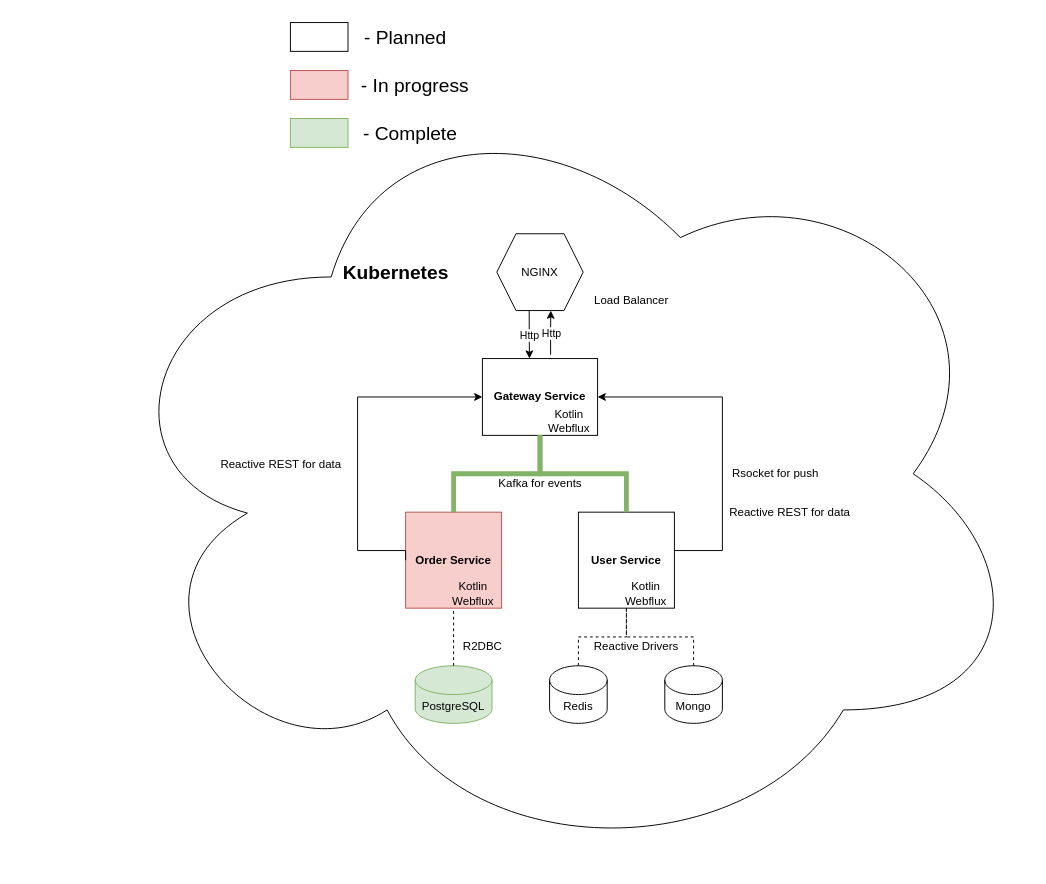
Before: docs/Schema.drawio in alexandr-leonov/eda-configuration, a draw.io diagram. Source tidied: cells renumbered, new cells numbered last; positions are measured from the earlier drawing's top-left corner, leaving out a move shared by most shapes. Both pictures are drawn from the tidied source at 96%, with x=0, y=0 at pixel (98, 22).
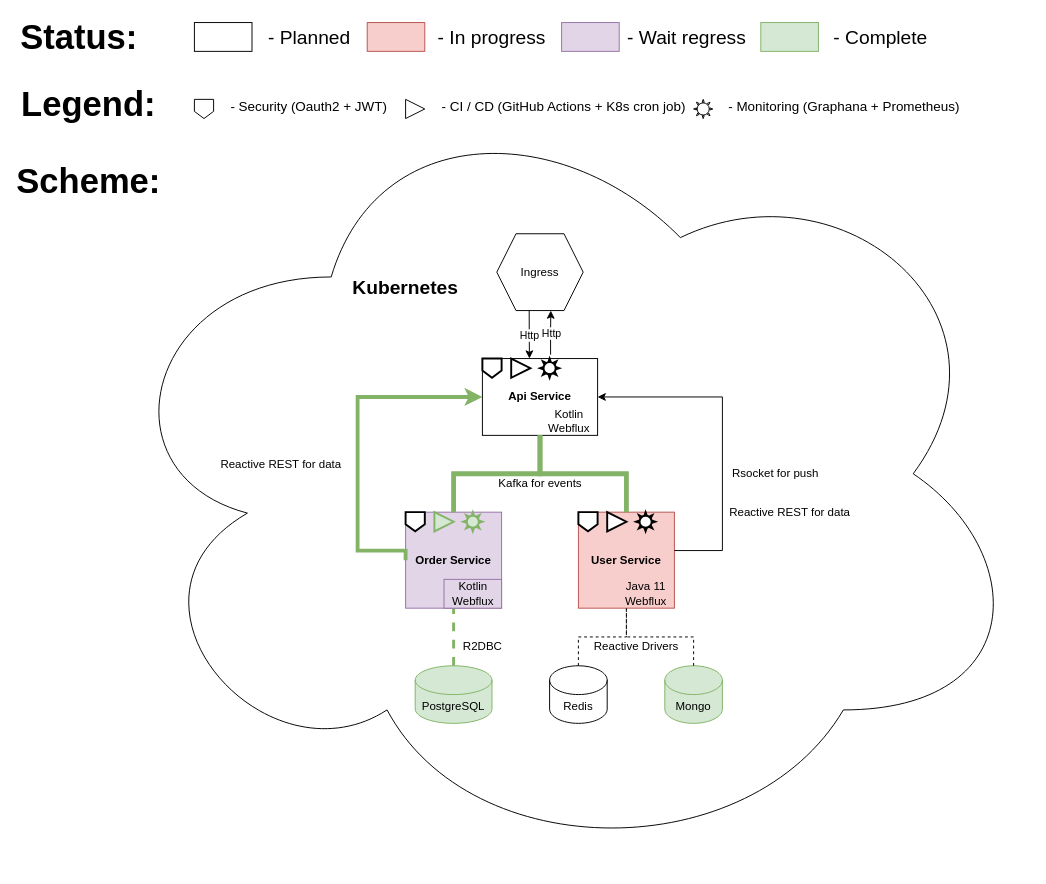
After the change.

Unchanged cells that the change refers to:
```xml
<mxCell id="11" value="PostgreSQL" style="shape=cylinder3;whiteSpace=wrap;html=1;boundedLbl=1;backgroundOutline=1;size=15;fillColor=#d5e8d4;strokeColor=#82b366;" parent="1" vertex="1">
  <mxGeometry x="330" y="670" width="80" height="60" as="geometry" />
</mxCell>
```

Change to the diagram source:
```diff
@@
-    <mxCell id="3" value="&lt;b&gt;Gateway Service&lt;/b&gt;" style="rounded=0;whiteSpace=wrap;html=1;" parent="1" vertex="1">
+    <mxCell id="3" value="&lt;b&gt;Api Service&lt;/b&gt;" style="rounded=0;whiteSpace=wrap;html=1;" parent="1" vertex="1">
       <mxGeometry x="400" y="350" width="120" height="80" as="geometry" />
     </mxCell>
-    <mxCell id="4" value="&lt;b&gt;Order Service&lt;/b&gt;" style="whiteSpace=wrap;html=1;fillColor=#f8cecc;strokeColor=#b85450;" parent="1" vertex="1">
+    <mxCell id="4" value="&lt;b&gt;Order Service&lt;/b&gt;" style="whiteSpace=wrap;html=1;fillColor=#e1d5e7;strokeColor=#9673a6;" parent="1" vertex="1">
       <mxGeometry x="320" y="510" width="100" height="100" as="geometry" />
     </mxCell>
-    <mxCell id="5" value="&lt;b&gt;User Service&lt;/b&gt;" style="whiteSpace=wrap;html=1;" parent="1" vertex="1">
+    <mxCell id="5" value="&lt;b&gt;User Service&lt;/b&gt;" style="whiteSpace=wrap;html=1;fillColor=#f8cecc;strokeColor=#b85450;" parent="1" vertex="1">
       <mxGeometry x="500" y="510" width="100" height="100" as="geometry" />
     </mxCell>
@@
-    <mxCell id="8" style="endArrow=classic;html=1;rounded=0;edgeStyle=orthogonalEdgeStyle;entryX=0;entryY=0.5;entryDx=0;entryDy=0;exitX=0;exitY=0.5;exitDx=0;exitDy=0;" parent="1" edge="1" source="4" target="3">
+    <mxCell id="8" style="endArrow=classic;html=1;rounded=0;edgeStyle=orthogonalEdgeStyle;entryX=0;entryY=0.5;entryDx=0;entryDy=0;exitX=0;exitY=0.5;exitDx=0;exitDy=0;fillColor=#d5e8d4;strokeColor=#82b366;strokeWidth=4;" parent="1" edge="1" source="4" target="3">
       <mxGeometry relative="1" as="geometry">
         <Array as="points">
           <mxPoint x="270" y="550" />
           <mxPoint x="270" y="390" />
         </Array>
       </mxGeometry>
     </mxCell>
@@
-    <mxCell id="12" style="endArrow=none;dashed=1;html=1;rounded=0;edgeStyle=orthogonalEdgeStyle;entryX=0.5;entryY=1;entryDx=0;entryDy=0;exitX=0.5;exitY=0;exitDx=0;exitDy=0;exitPerimeter=0;" parent="1" edge="1" source="11" target="4">
+    <mxCell id="12" style="endArrow=none;dashed=1;html=1;rounded=0;edgeStyle=orthogonalEdgeStyle;entryX=0.5;entryY=1;entryDx=0;entryDy=0;exitX=0.5;exitY=0;exitDx=0;exitDy=0;exitPerimeter=0;fillColor=#d5e8d4;strokeColor=#82b366;strokeWidth=3;" parent="1" edge="1" source="11" target="4">
       <mxGeometry relative="1" as="geometry" />
     </mxCell>
@@
-    <mxCell id="14" value="Mongo" style="shape=cylinder3;whiteSpace=wrap;html=1;boundedLbl=1;backgroundOutline=1;size=15;" parent="1" vertex="1">
+    <mxCell id="14" value="Mongo" style="shape=cylinder3;whiteSpace=wrap;html=1;boundedLbl=1;backgroundOutline=1;size=15;fillColor=#d5e8d4;strokeColor=#82b366;" parent="1" vertex="1">
       <mxGeometry x="590" y="670" width="60" height="60" as="geometry" />
     </mxCell>
@@
-    <mxCell id="20" value="&lt;div&gt;Kotlin&lt;/div&gt;&lt;div&gt;Webflux&lt;br&gt;&lt;/div&gt;" style="text;html=1;align=center;verticalAlign=middle;strokeColor=none;fillColor=none;" parent="1" vertex="1">
+    <mxCell id="20" value="&lt;div&gt;Kotlin&lt;/div&gt;&lt;div&gt;Webflux&lt;br&gt;&lt;/div&gt;" style="text;html=1;align=center;verticalAlign=middle;strokeColor=#9673a6;fillColor=#e1d5e7;" parent="1" vertex="1">
       <mxGeometry x="360" y="580" width="60" height="30" as="geometry" />
     </mxCell>
-    <mxCell id="21" value="&lt;div&gt;Kotlin&lt;/div&gt;&lt;div&gt;Webflux&lt;br&gt;&lt;/div&gt;" style="text;html=1;align=center;verticalAlign=middle;strokeColor=none;fillColor=none;" parent="1" vertex="1">
+    <mxCell id="21" value="&lt;div&gt;&lt;span&gt;Java 11&lt;/span&gt;&lt;/div&gt;&lt;div&gt;&lt;span&gt;Webflux&lt;/span&gt;&lt;/div&gt;" style="text;html=1;align=center;verticalAlign=middle;strokeColor=none;fillColor=none;" parent="1" vertex="1">
       <mxGeometry x="540" y="580" width="60" height="30" as="geometry" />
     </mxCell>
@@
-    <mxCell id="23" value="NGINX" style="shape=hexagon;perimeter=hexagonPerimeter2;whiteSpace=wrap;html=1;fixedSize=1;" parent="1" vertex="1">
+    <mxCell id="23" value="Ingress" style="shape=hexagon;perimeter=hexagonPerimeter2;whiteSpace=wrap;html=1;fixedSize=1;" parent="1" vertex="1">
       <mxGeometry x="415" y="220" width="90" height="80" as="geometry" />
     </mxCell>
@@
-    <mxCell id="28" value="Load Balancer" style="text;html=1;align=center;verticalAlign=middle;strokeColor=none;fillColor=none;" parent="1" vertex="1">
-      <mxGeometry x="505" y="280" width="100" height="20" as="geometry" />
-    </mxCell>
@@
     <mxCell id="30" value="&lt;font style=&quot;font-size: 20px&quot;&gt;&lt;b&gt;Kubernetes&lt;/b&gt;&lt;/font&gt;" style="text;html=1;strokeColor=none;fillColor=none;align=center;verticalAlign=middle;whiteSpace=wrap;rounded=0;" parent="1" vertex="1">
-      <mxGeometry x="270" y="245" width="80" height="30" as="geometry" />
+      <mxGeometry x="280" y="260" width="80" height="30" as="geometry" />
     </mxCell>
@@
     <mxCell id="32" style="rounded=0;whiteSpace=wrap;html=1;fontSize=20;" parent="1" vertex="1">
-      <mxGeometry x="200" width="60" height="30" as="geometry" />
+      <mxGeometry x="100" width="60" height="30" as="geometry" />
     </mxCell>
     <mxCell id="33" style="rounded=0;whiteSpace=wrap;html=1;fontSize=20;fillColor=#f8cecc;strokeColor=#b85450;" parent="1" vertex="1">
-      <mxGeometry x="200" y="50" width="60" height="30" as="geometry" />
+      <mxGeometry x="280" width="60" height="30" as="geometry" />
     </mxCell>
     <mxCell id="34" style="rounded=0;whiteSpace=wrap;html=1;fontSize=20;fillColor=#d5e8d4;strokeColor=#82b366;" parent="1" vertex="1">
-      <mxGeometry x="200" y="100" width="60" height="30" as="geometry" />
+      <mxGeometry x="690" width="60" height="30" as="geometry" />
     </mxCell>
     <mxCell id="35" value="- Planned" style="text;html=1;strokeColor=none;fillColor=none;align=center;verticalAlign=middle;whiteSpace=wrap;rounded=0;fontSize=20;" parent="1" vertex="1">
-      <mxGeometry x="270" width="100" height="30" as="geometry" />
+      <mxGeometry x="170" width="100" height="30" as="geometry" />
     </mxCell>
     <mxCell id="36" value="- In progress" style="text;html=1;strokeColor=none;fillColor=none;align=center;verticalAlign=middle;whiteSpace=wrap;rounded=0;fontSize=20;" parent="1" vertex="1">
-      <mxGeometry x="270" y="50" width="120" height="30" as="geometry" />
+      <mxGeometry x="350" width="120" height="30" as="geometry" />
     </mxCell>
     <mxCell id="37" value="- Complete" style="text;html=1;strokeColor=none;fillColor=none;align=center;verticalAlign=middle;whiteSpace=wrap;rounded=0;fontSize=20;" parent="1" vertex="1">
-      <mxGeometry x="270" y="100" width="110" height="30" as="geometry" />
+      <mxGeometry x="760" width="110" height="30" as="geometry" />
     </mxCell>
+    <mxCell id="38" style="rounded=0;whiteSpace=wrap;html=1;fontSize=20;fillColor=#e1d5e7;strokeColor=#9673a6;" parent="1" vertex="1">
+      <mxGeometry x="482.5" width="60" height="30" as="geometry" />
+    </mxCell>
+    <mxCell id="39" value="- Wait regress" style="text;html=1;strokeColor=none;fillColor=none;align=center;verticalAlign=middle;whiteSpace=wrap;rounded=0;fontSize=20;" parent="1" vertex="1">
+      <mxGeometry x="497.5" width="230" height="30" as="geometry" />
+    </mxCell>
+    <mxCell id="40" style="shape=offPageConnector;whiteSpace=wrap;html=1;" parent="1" vertex="1">
+      <mxGeometry x="100" y="80" width="20" height="20" as="geometry" />
+    </mxCell>
+    <mxCell id="41" value="&lt;font style=&quot;font-size: 14px&quot;&gt;- Security (Oauth2 + JWT)&lt;/font&gt;" style="text;html=1;strokeColor=none;fillColor=none;align=center;verticalAlign=middle;whiteSpace=wrap;rounded=0;fontSize=20;" parent="1" vertex="1">
+      <mxGeometry x="117.5" y="70" width="202.5" height="30" as="geometry" />
+    </mxCell>
+    <mxCell id="42" style="triangle;whiteSpace=wrap;html=1;fontSize=14;" parent="1" vertex="1">
+      <mxGeometry x="320" y="80" width="20" height="20" as="geometry" />
+    </mxCell>
+    <mxCell id="43" value="&lt;font style=&quot;font-size: 14px&quot;&gt;- CI / CD (GitHub Actions + K8s cron job)&lt;/font&gt;" style="text;html=1;strokeColor=none;fillColor=none;align=center;verticalAlign=middle;whiteSpace=wrap;rounded=0;fontSize=20;" parent="1" vertex="1">
+      <mxGeometry x="340" y="70" width="290" height="30" as="geometry" />
+    </mxCell>
+    <mxCell id="44" style="verticalLabelPosition=bottom;verticalAlign=top;html=1;shape=mxgraph.basic.sun;fontSize=14;" parent="1" vertex="1">
+      <mxGeometry x="620" y="80" width="20" height="20" as="geometry" />
+    </mxCell>
+    <mxCell id="45" value="&lt;font style=&quot;font-size: 14px&quot;&gt;&amp;nbsp;- Monitoring (Graphana + Prometheus)&lt;/font&gt;" style="text;html=1;strokeColor=none;fillColor=none;align=center;verticalAlign=middle;whiteSpace=wrap;rounded=0;fontSize=20;" parent="1" vertex="1">
+      <mxGeometry x="630" y="70" width="290" height="30" as="geometry" />
+    </mxCell>
+    <mxCell id="46" style="shape=offPageConnector;whiteSpace=wrap;html=1;strokeWidth=2;" parent="1" vertex="1">
+      <mxGeometry x="320" y="510" width="20" height="20" as="geometry" />
+    </mxCell>
+    <mxCell id="47" style="triangle;whiteSpace=wrap;html=1;fontSize=14;fillColor=#d5e8d4;strokeColor=#82b366;strokeWidth=2;" parent="1" vertex="1">
+      <mxGeometry x="350" y="510" width="20" height="20" as="geometry" />
+    </mxCell>
+    <mxCell id="48" style="verticalLabelPosition=bottom;verticalAlign=top;html=1;shape=mxgraph.basic.sun;fontSize=14;fillColor=#d5e8d4;strokeColor=#82b366;strokeWidth=2;" parent="1" vertex="1">
+      <mxGeometry x="380" y="510" width="20" height="20" as="geometry" />
+    </mxCell>
+    <mxCell id="49" style="shape=offPageConnector;whiteSpace=wrap;html=1;strokeWidth=2;" parent="1" vertex="1">
+      <mxGeometry x="500" y="510" width="20" height="20" as="geometry" />
+    </mxCell>
+    <mxCell id="50" style="triangle;whiteSpace=wrap;html=1;fontSize=14;strokeWidth=2;" parent="1" vertex="1">
+      <mxGeometry x="530" y="510" width="20" height="20" as="geometry" />
+    </mxCell>
+    <mxCell id="51" style="verticalLabelPosition=bottom;verticalAlign=top;html=1;shape=mxgraph.basic.sun;fontSize=14;strokeWidth=2;" parent="1" vertex="1">
+      <mxGeometry x="560" y="510" width="20" height="20" as="geometry" />
+    </mxCell>
+    <mxCell id="52" style="shape=offPageConnector;whiteSpace=wrap;html=1;strokeWidth=2;" parent="1" vertex="1">
+      <mxGeometry x="400" y="350" width="20" height="20" as="geometry" />
+    </mxCell>
+    <mxCell id="53" style="triangle;whiteSpace=wrap;html=1;fontSize=14;strokeWidth=2;" parent="1" vertex="1">
+      <mxGeometry x="430" y="350" width="20" height="20" as="geometry" />
+    </mxCell>
+    <mxCell id="54" style="verticalLabelPosition=bottom;verticalAlign=top;html=1;shape=mxgraph.basic.sun;fontSize=14;strokeWidth=2;" parent="1" vertex="1">
+      <mxGeometry x="460" y="350" width="20" height="20" as="geometry" />
+    </mxCell>
+    <mxCell id="55" value="&lt;font style=&quot;font-size: 36px;&quot;&gt;&lt;b style=&quot;font-size: 36px;&quot;&gt;Status:&lt;/b&gt;&lt;/font&gt;" style="text;html=1;strokeColor=none;fillColor=none;align=center;verticalAlign=middle;whiteSpace=wrap;rounded=0;fontSize=36;" parent="1" vertex="1">
+      <mxGeometry x="-60" width="80" height="30" as="geometry" />
+    </mxCell>
+    <mxCell id="56" value="&lt;font style=&quot;font-size: 36px;&quot;&gt;&lt;b style=&quot;font-size: 36px;&quot;&gt;Legend:&lt;/b&gt;&lt;/font&gt;" style="text;html=1;strokeColor=none;fillColor=none;align=center;verticalAlign=middle;whiteSpace=wrap;rounded=0;fontSize=36;" parent="1" vertex="1">
+      <mxGeometry x="-50" y="70" width="80" height="30" as="geometry" />
+    </mxCell>
+    <mxCell id="57" value="&lt;font style=&quot;font-size: 36px;&quot;&gt;&lt;b style=&quot;font-size: 36px;&quot;&gt;Scheme:&lt;br style=&quot;font-size: 36px;&quot;&gt;&lt;/b&gt;&lt;/font&gt;" style="text;html=1;strokeColor=none;fillColor=none;align=center;verticalAlign=middle;whiteSpace=wrap;rounded=0;fontSize=36;" parent="1" vertex="1">
+      <mxGeometry x="-50" y="150" width="80" height="30" as="geometry" />
+    </mxCell>
```
